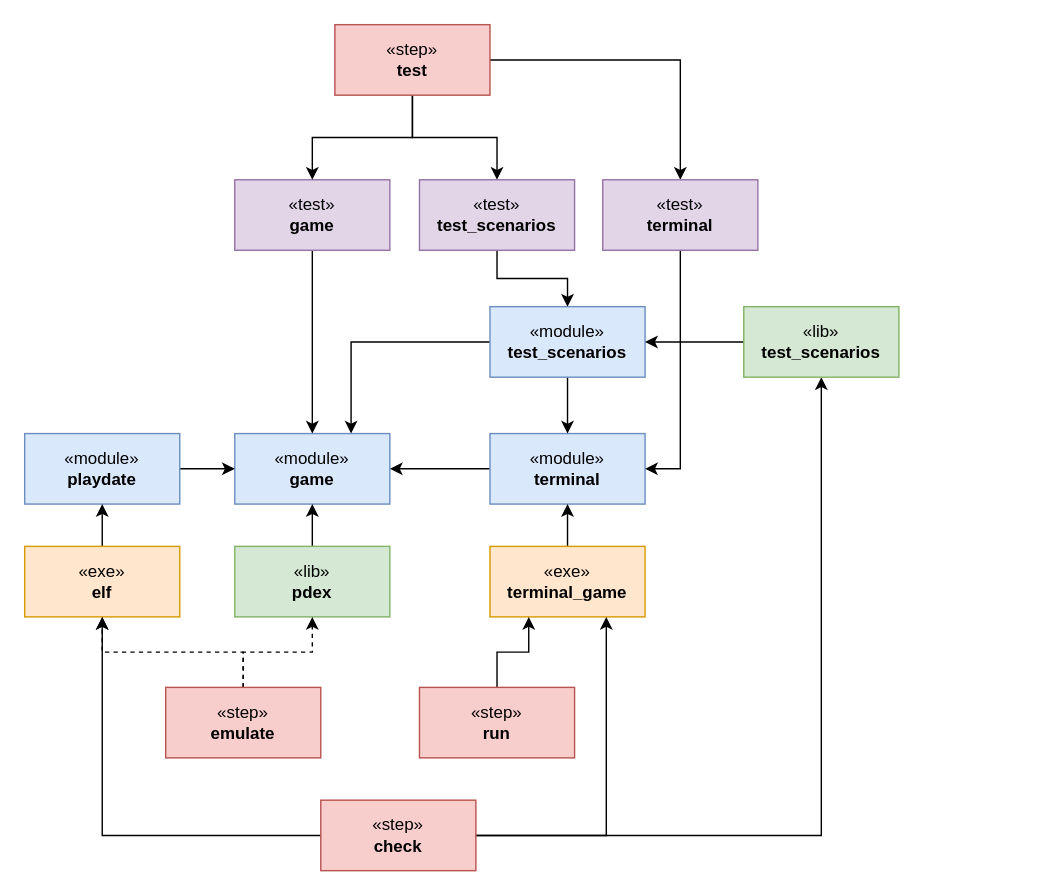
vladimir-popov/forgotten_catacombs keeps this draw.io diagram as page "Build graph" (1 of 10) of docs/schemas.drawio. Above is the earlier version. Source tidied: cells renumbered, new cells numbered last; positions are measured from the earlier drawing's top-left corner, leaving out a move shared by most shapes. Both pictures are drawn from the tidied source at 141%, with x=0, y=0 at pixel (24, 24).
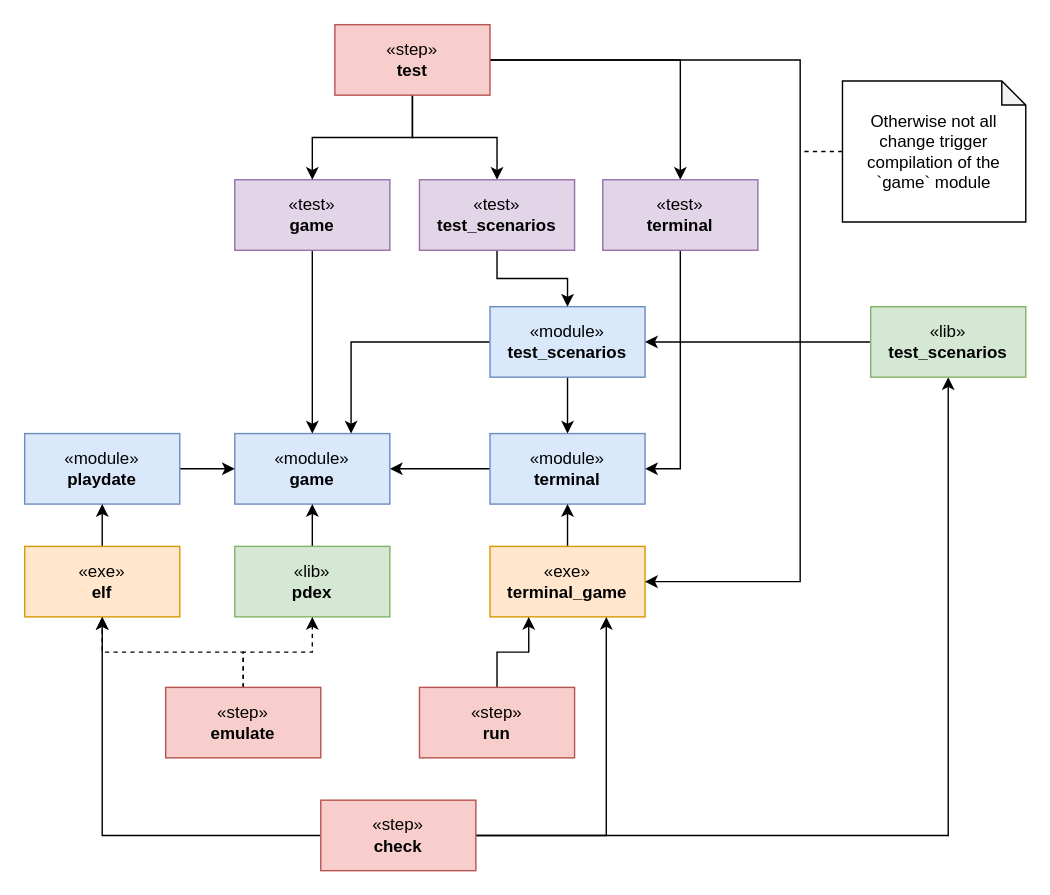
The same page after the edit.

Unchanged cells that the change refers to:
```xml
<mxCell id="6" value="«exe»&lt;br&gt;&lt;b&gt;terminal_game&lt;/b&gt;" style="html=1;whiteSpace=wrap;fillColor=#ffe6cc;strokeColor=#d79b00;" parent="1" vertex="1">
  <mxGeometry x="330" y="370" width="110" height="50" as="geometry" />
</mxCell>
<mxCell id="23" value="«step»&lt;br&gt;&lt;b&gt;test&lt;/b&gt;" style="html=1;whiteSpace=wrap;fillColor=#f8cecc;strokeColor=#b85450;" parent="1" vertex="1">
  <mxGeometry x="220" width="110" height="50" as="geometry" />
</mxCell>
```

Diff of the diagram source:
```diff
@@
+    <mxCell id="37" style="edgeStyle=orthogonalEdgeStyle;rounded=0;jettySize=auto;html=1;" parent="1" edge="1" source="23" target="6">
+      <mxGeometry relative="1" as="geometry">
+        <Array as="points">
+          <mxPoint x="550" y="25" />
+          <mxPoint x="550" y="395" />
+        </Array>
+      </mxGeometry>
+    </mxCell>
@@
     <mxCell id="36" value="«lib»&lt;br&gt;&lt;b&gt;test_scenarios&lt;/b&gt;" style="html=1;whiteSpace=wrap;fillColor=#d5e8d4;strokeColor=#82b366;" parent="1" vertex="1">
-      <mxGeometry x="510" y="200" width="110" height="50" as="geometry" />
+      <mxGeometry x="600" y="200" width="110" height="50" as="geometry" />
     </mxCell>
+    <mxCell id="38" style="edgeStyle=orthogonalEdgeStyle;rounded=0;jettySize=auto;html=1;exitX=0;exitY=0.5;exitDx=0;exitDy=0;exitPerimeter=0;endArrow=none;endFill=0;dashed=1;" parent="1" edge="1" source="39">
+      <mxGeometry relative="1" as="geometry">
+        <mxPoint x="550" y="90" as="targetPoint" />
+      </mxGeometry>
+    </mxCell>
+    <mxCell id="39" value="Otherwise not all change trigger compilation of the `game` module" style="shape=note;whiteSpace=wrap;html=1;backgroundOutline=1;darkOpacity=0.05;size=17;" parent="1" vertex="1">
+      <mxGeometry x="580" y="40" width="130" height="100" as="geometry" />
+    </mxCell>
```
